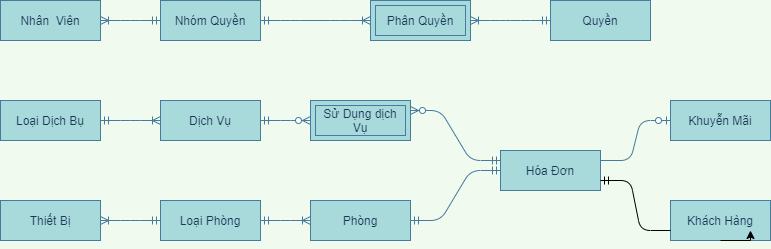
Above: EntityRelationship-QLKS.png in maialino123/QLKS (draw.io), before the change. Source tidied: cells renumbered, new cells last; positions are measured from the earlier drawing's top-left corner, leaving out a move shared by most shapes.
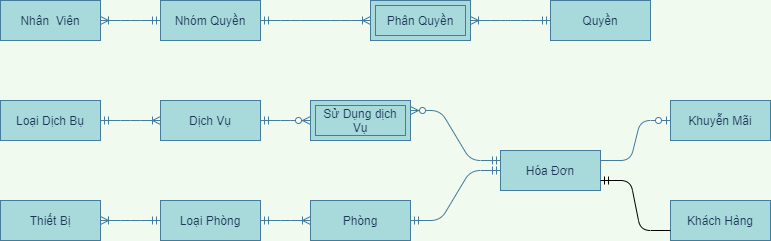
After the change.

What changed in the source:
```diff
@@ -74,8 +74,5 @@
     <mxCell id="25" style="edgeStyle=entityRelationEdgeStyle;fontSize=12;html=1;endArrow=ERmandOne;exitX=0;exitY=0.75;exitDx=0;exitDy=0;entryX=1;entryY=0.75;entryDx=0;entryDy=0;" parent="1" edge="1" source="22" target="23">
       <mxGeometry relative="1" as="geometry" />
     </mxCell>
-    <mxCell id="26" style="edgeStyle=orthogonalEdgeStyle;rounded=0;orthogonalLoop=1;jettySize=auto;html=1;exitX=0.5;exitY=1;exitDx=0;exitDy=0;entryX=0.8;entryY=0.75;entryDx=0;entryDy=0;entryPerimeter=0;" parent="1" edge="1" source="22" target="22">
-      <mxGeometry relative="1" as="geometry" />
-    </mxCell>
   </root>
 </mxGraphModel>
```
